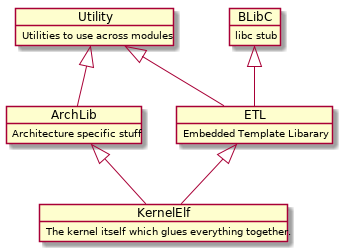
The PlantUML diagram Docs/ModuleDiagram.png in cbladt/BladtOS, before a commit.
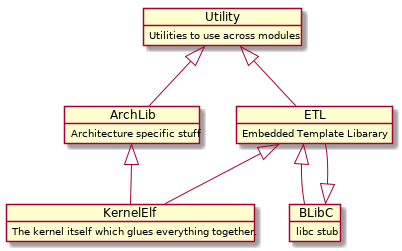
Above is the later version.

What changed in the source:
```diff
@@ -20,6 +20,7 @@
 ArchLib <|-- KernelElf
 
 ETL <|-- KernelElf
+ETL <|-- BLibC
 
 Utility <|-- ArchLib
 Utility <|-- ETL
```
